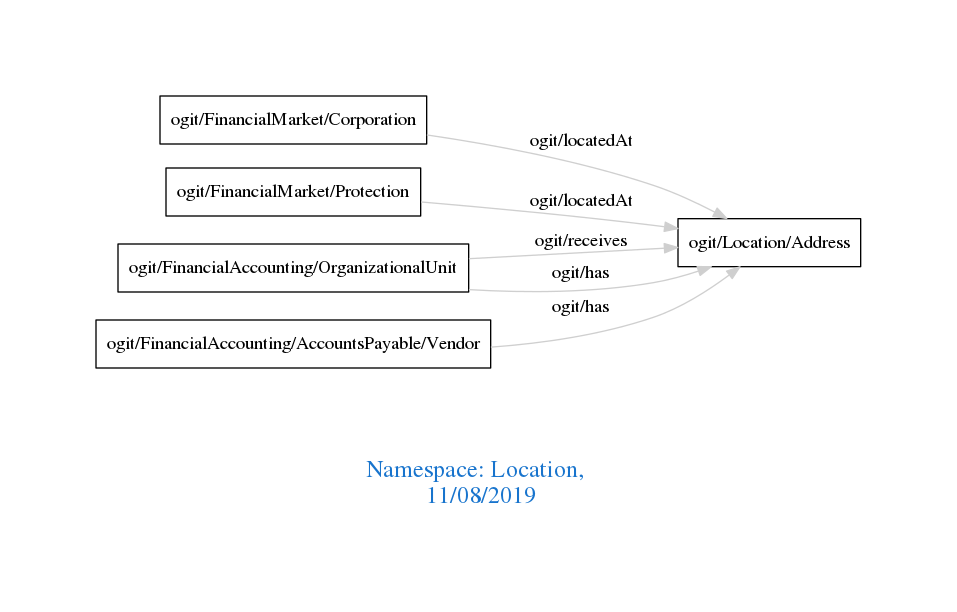
Above: downloads/Location.png in arago/OGIT (Graphviz), before the change. Its source is kept beside it as downloads/Location.dot.
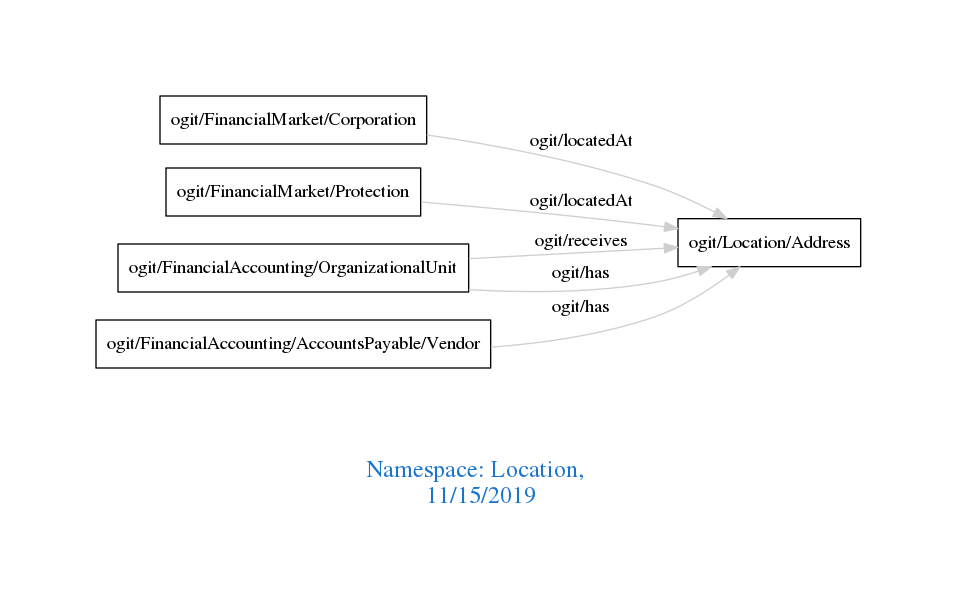
Above is the later version.

The edit, as a diff of the source:
```diff
@@ -1,7 +1,7 @@
 digraph OGIT_ontology {
  graph [ rankdir= LR,pad=1
 fontsize = 18,
-fontcolor= dodgerblue3,label = "\n\n\nNamespace: Location, \n 11/08/2019"];
+fontcolor= dodgerblue3,label = "\n\n\nNamespace: Location, \n 11/15/2019"];
 node[shape=polygon];
 edge [  color="gray81"];
 
```
